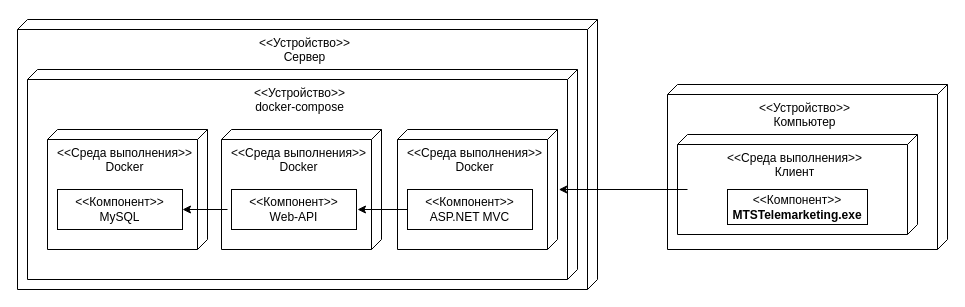
Before: кп_д_развертывания.drawio in kkerra/CourseProject, a draw.io diagram. Source tidied: cells renumbered, new cells numbered last; positions are measured from the earlier drawing's top-left corner, leaving out a move shared by most shapes. Both pictures are drawn from the tidied source at 100%, with x=0, y=0 at pixel (17, 19).
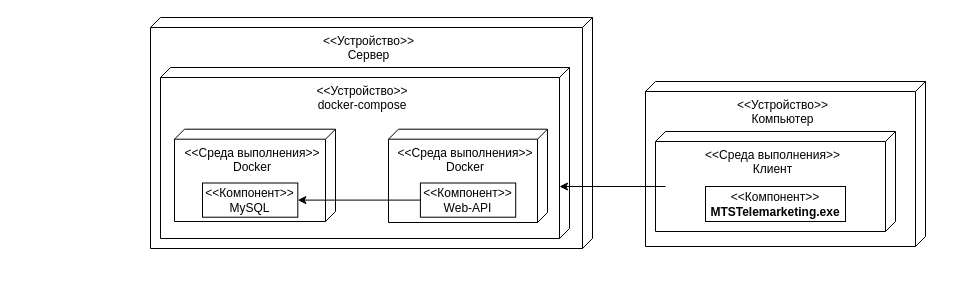
The same diagram, later.

Diff of the diagram source:
```diff
@@
 <mxGraphModel>
   <root>
     <mxCell id="0" />
     <mxCell id="1" parent="0" />
     <mxCell id="2" value="&amp;lt;&amp;lt;Устройство&amp;gt;&amp;gt;&lt;br&gt;Сервер" style="verticalAlign=top;align=center;shape=cube;size=10;direction=south;fontStyle=0;html=1;boundedLbl=1;spacingLeft=5;whiteSpace=wrap;" parent="1" vertex="1">
-      <mxGeometry width="580" height="270" as="geometry" />
+      <mxGeometry x="133" y="-2" width="442" height="231" as="geometry" />
     </mxCell>
     <mxCell id="3" value="&amp;lt;&amp;lt;Устройство&amp;gt;&amp;gt;&lt;br&gt;docker-compose" style="verticalAlign=top;align=center;shape=cube;size=10;direction=south;html=1;boundedLbl=1;spacingLeft=5;whiteSpace=wrap;" parent="2" vertex="1">
-      <mxGeometry width="550" height="210" relative="1" as="geometry">
+      <mxGeometry width="409" height="171" relative="1" as="geometry">
         <mxPoint x="10" y="50" as="offset" />
       </mxGeometry>
     </mxCell>
     <mxCell id="4" value="&amp;lt;&amp;lt;Среда выполнения&amp;gt;&amp;gt;&lt;br&gt;Docker" style="verticalAlign=top;align=center;shape=cube;size=10;direction=south;fontStyle=0;html=1;boundedLbl=1;spacingLeft=5;whiteSpace=wrap;" parent="2" vertex="1">
-      <mxGeometry x="30" y="110" width="160" height="120" as="geometry" />
+      <mxGeometry x="24" y="111.7" width="161" height="92.3" as="geometry" />
     </mxCell>
     <mxCell id="5" value="&amp;lt;&amp;lt;Компонент&amp;gt;&amp;gt;&lt;div&gt;MySQL&lt;/div&gt;" style="html=1;align=center;verticalAlign=middle;dashed=0;whiteSpace=wrap;" parent="2" vertex="1">
-      <mxGeometry x="40" y="170" width="125" height="40" as="geometry" />
+      <mxGeometry x="52" y="165.5" width="95.3" height="34.2" as="geometry" />
     </mxCell>
     <mxCell id="6" value="&amp;lt;&amp;lt;Среда выполнения&amp;gt;&amp;gt;&lt;br&gt;Docker" style="verticalAlign=top;align=center;shape=cube;size=10;direction=south;fontStyle=0;html=1;boundedLbl=1;spacingLeft=5;whiteSpace=wrap;" parent="2" vertex="1">
-      <mxGeometry x="204" y="110" width="160" height="120" as="geometry" />
+      <mxGeometry x="238" y="111.7" width="159" height="93.3" as="geometry" />
     </mxCell>
     <mxCell id="7" value="&amp;lt;&amp;lt;Компонент&amp;gt;&amp;gt;&lt;div&gt;Web-API&lt;/div&gt;" style="html=1;align=center;verticalAlign=middle;dashed=0;whiteSpace=wrap;" parent="2" vertex="1">
-      <mxGeometry x="214" y="170" width="125" height="40" as="geometry" />
+      <mxGeometry x="269.9" y="165.5" width="95.3" height="34.2" as="geometry" />
     </mxCell>
-    <mxCell id="8" value="&amp;lt;&amp;lt;Среда выполнения&amp;gt;&amp;gt;&lt;br&gt;Docker" style="verticalAlign=top;align=center;shape=cube;size=10;direction=south;fontStyle=0;html=1;boundedLbl=1;spacingLeft=5;whiteSpace=wrap;" parent="2" vertex="1">
-      <mxGeometry x="380" y="110" width="160" height="120" as="geometry" />
-    </mxCell>
-    <mxCell id="9" value="&amp;lt;&amp;lt;Компонент&amp;gt;&amp;gt;&lt;div&gt;ASP.NET MVC&lt;/div&gt;" style="html=1;align=center;verticalAlign=middle;dashed=0;whiteSpace=wrap;" parent="2" vertex="1">
-      <mxGeometry x="390" y="170" width="125" height="40" as="geometry" />
-    </mxCell>
-    <mxCell id="10" style="endArrow=classic;html=1;rounded=0;" parent="2" edge="1">
-      <mxGeometry relative="1" as="geometry">
-        <mxPoint x="390" y="190" as="sourcePoint" />
-        <mxPoint x="340" y="190" as="targetPoint" />
-      </mxGeometry>
-    </mxCell>
-    <mxCell id="11" style="endArrow=classic;html=1;rounded=0;entryX=1;entryY=0.5;entryDx=0;entryDy=0;" parent="2" edge="1" target="5">
-      <mxGeometry relative="1" as="geometry">
-        <mxPoint x="210" y="190" as="sourcePoint" />
-      </mxGeometry>
+    <mxCell id="11" style="endArrow=classic;html=1;rounded=0;entryX=1;entryY=0.5;entryDx=0;entryDy=0;exitX=0;exitY=0.5;exitDx=0;exitDy=0;" parent="2" edge="1" source="7" target="5">
+      <mxGeometry relative="1" as="geometry" />
     </mxCell>
     <mxCell id="12" value="&amp;lt;&amp;lt;Устройство&amp;gt;&amp;gt;&lt;br&gt;&lt;div style=&quot;&quot;&gt;&lt;span style=&quot;background-color: initial;&quot;&gt;Компьютер&lt;/span&gt;&lt;/div&gt;" style="verticalAlign=top;align=center;shape=cube;size=10;direction=south;fontStyle=0;html=1;boundedLbl=1;spacingLeft=5;whiteSpace=wrap;" parent="1" vertex="1">
-      <mxGeometry x="650" y="65" width="280" height="165" as="geometry" />
+      <mxGeometry x="628" y="62" width="280" height="165" as="geometry" />
     </mxCell>
     <mxCell id="13" value="&amp;lt;&amp;lt;Среда выполнения&amp;gt;&amp;gt;&lt;br&gt;Клиент" style="verticalAlign=top;align=center;shape=cube;size=10;direction=south;html=1;boundedLbl=1;spacingLeft=5;whiteSpace=wrap;" parent="12" vertex="1">
       <mxGeometry width="240" height="100" relative="1" as="geometry">
         <mxPoint x="10" y="50" as="offset" />
       </mxGeometry>
     </mxCell>
     <mxCell id="14" value="&amp;lt;&amp;lt;Компонент&amp;gt;&amp;gt;&lt;br&gt;&lt;b&gt;MTSTelemarketing.exe&lt;/b&gt;" style="html=1;align=center;verticalAlign=middle;dashed=0;whiteSpace=wrap;" parent="12" vertex="1">
       <mxGeometry x="60" y="105" width="140" height="35" as="geometry" />
     </mxCell>
-    <mxCell id="15" style="endArrow=classic;html=1;rounded=0;entryX=0.5;entryY=-0.008;entryDx=0;entryDy=0;entryPerimeter=0;" parent="12" edge="1" target="8">
+    <mxCell id="15" style="endArrow=classic;html=1;rounded=0;" parent="12" edge="1">
       <mxGeometry relative="1" as="geometry">
         <mxPoint x="20" y="105" as="sourcePoint" />
+        <mxPoint x="-86" y="105" as="targetPoint" />
       </mxGeometry>
     </mxCell>
   </root>
 </mxGraphModel>
```
